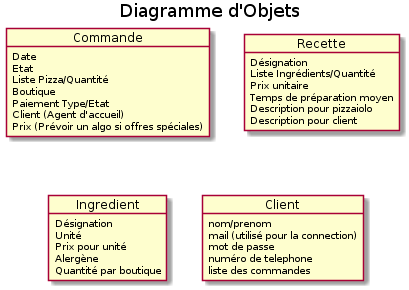
Earlier version of the PlantUML export doc/img/6_ObjectDiagram.png (Zepmanbc/oc_dapython_pr4). The source it was exported from:
```plantuml
@startuml 6_ObjectDiagram
title Diagramme d'Objets

object Commande {
    Date
    Etat
    Liste Pizza/Quantité
    Boutique
    Paiement Type/Etat
    Client (Agent d'accueil)
    Prix (Prévoir un algo si offres spéciales)
}

object Recette {
    Désignation
    Liste Ingrédients/Quantité
    Prix unitaire
    Temps de préparation moyen
    Description pour pizzaiolo
    Description pour client
}

object Ingredient {
    Désignation
    Unité
    Prix pour unité
    Alergène
    Quantité par boutique
}

object Client {
    nom/prenom
    mail (utilisé pour la connection)
    mot de passe
    numéro de telephone
    liste des commandes
}


@enduml
```
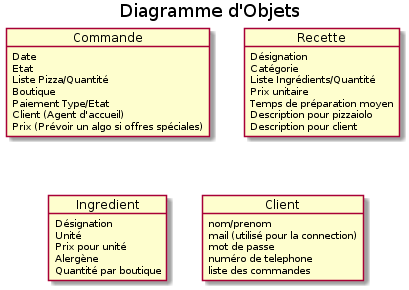
The same diagram one commit later.

What changed in the source:
```diff
@@ -13,6 +13,7 @@
 
 object Recette {
     Désignation
+    Catégorie
     Liste Ingrédients/Quantité
     Prix unitaire
     Temps de préparation moyen
```
